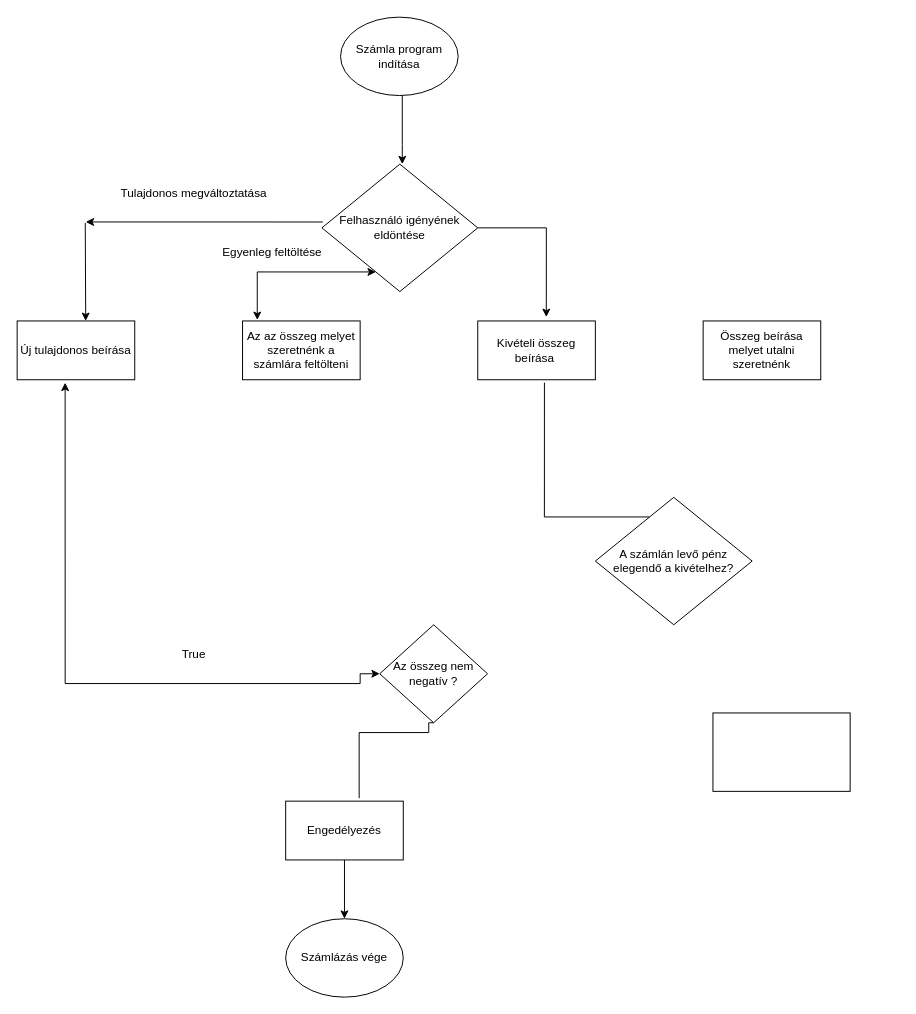
Before: Untitled Diagram.drawio in Emese2001/Beadando2021, a draw.io diagram. Source tidied: cells renumbered, new cells numbered last; positions are measured from the earlier drawing's top-left corner, leaving out a move shared by most shapes. Both pictures are drawn from the tidied source at 98%, with x=0, y=0 at pixel (17, 17).
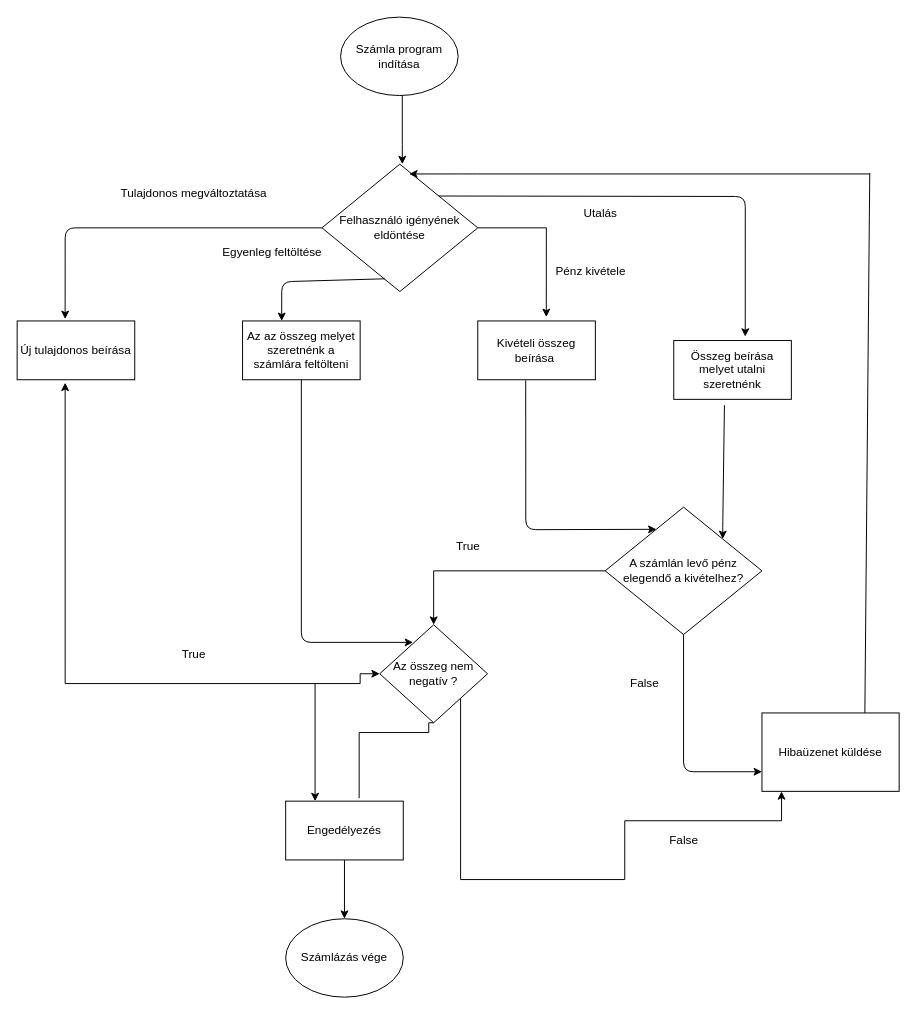
After the change.

Unchanged cells that the change refers to:
```xml
<mxCell id="4" value="Felhasználó igényének eldöntése" style="rhombus;whiteSpace=wrap;html=1;" parent="1" vertex="1">
  <mxGeometry x="311" y="150" width="159" height="130" as="geometry" />
</mxCell>
<mxCell id="5" value="Új tulajdonos beírása" style="rounded=0;whiteSpace=wrap;html=1;" parent="1" vertex="1">
  <mxGeometry y="310" width="120" height="60" as="geometry" />
</mxCell>
<mxCell id="6" value="Kivételi összeg beírása&amp;nbsp;" style="rounded=0;whiteSpace=wrap;html=1;" parent="1" vertex="1">
  <mxGeometry x="470" y="310" width="120" height="60" as="geometry" />
</mxCell>
<mxCell id="7" value="Az az összeg melyet szeretnénk a számlára feltölteni" style="rounded=0;whiteSpace=wrap;html=1;" parent="1" vertex="1">
  <mxGeometry x="230" y="310" width="120" height="60" as="geometry" />
</mxCell>
<mxCell id="11" value="Az összeg nem negatív ?" style="rhombus;whiteSpace=wrap;html=1;" parent="1" vertex="1">
  <mxGeometry x="370" y="620" width="110" height="100" as="geometry" />
</mxCell>
<mxCell id="12" value="Engedélyezés" style="rounded=0;whiteSpace=wrap;html=1;" parent="1" vertex="1">
  <mxGeometry x="274" y="800" width="120" height="60" as="geometry" />
</mxCell>
```

Change to the diagram source:
```diff
@@
     <mxCell id="8" value="Összeg beírása melyet utalni szeretnénk" style="rounded=0;whiteSpace=wrap;html=1;" parent="1" vertex="1">
-      <mxGeometry x="700" y="310" width="120" height="60" as="geometry" />
+      <mxGeometry x="670" y="330" width="120" height="60" as="geometry" />
     </mxCell>
+    <mxCell id="25" style="edgeStyle=orthogonalEdgeStyle;rounded=0;jettySize=auto;html=1;exitX=0;exitY=0.5;exitDx=0;exitDy=0;entryX=0.5;entryY=0;entryDx=0;entryDy=0;" parent="1" edge="1" source="9" target="11">
+      <mxGeometry relative="1" as="geometry" />
+    </mxCell>
     <mxCell id="9" value="A számlán levő pénz elegendő a kivételhez?" style="rhombus;whiteSpace=wrap;html=1;" parent="1" vertex="1">
-      <mxGeometry x="590" y="490" width="160" height="130" as="geometry" />
+      <mxGeometry x="600" y="500" width="160" height="130" as="geometry" />
     </mxCell>
-    <mxCell id="10" style="rounded=0;whiteSpace=wrap;html=1;" parent="1" vertex="1">
-      <mxGeometry x="710" y="710" width="140" height="80" as="geometry" />
+    <mxCell id="10" value="Hibaüzenet küldése" style="rounded=0;whiteSpace=wrap;html=1;" parent="1" vertex="1">
+      <mxGeometry x="760" y="710" width="140" height="80" as="geometry" />
     </mxCell>
+    <mxCell id="26" style="edgeStyle=orthogonalEdgeStyle;rounded=0;jettySize=auto;html=1;exitX=1;exitY=1;exitDx=0;exitDy=0;" parent="1" edge="1" source="11" target="10">
+      <mxGeometry relative="1" as="geometry">
+        <Array as="points">
+          <mxPoint x="453" y="880" />
+          <mxPoint x="620" y="880" />
+          <mxPoint x="620" y="820" />
+          <mxPoint x="780" y="820" />
+        </Array>
+      </mxGeometry>
+    </mxCell>
@@
-    <mxCell id="14" style="endArrow=classic;html=1;rounded=0;exitX=0.006;exitY=0.454;exitDx=0;exitDy=0;exitPerimeter=0;" parent="1" edge="1" source="4">
-      <mxGeometry relative="1" as="geometry">
-        <mxPoint x="70" y="209" as="targetPoint" />
-      </mxGeometry>
-    </mxCell>
-    <mxCell id="15" style="endArrow=classic;html=1;rounded=0;entryX=0.583;entryY=0;entryDx=0;entryDy=0;entryPerimeter=0;" parent="1" edge="1" target="5">
-      <mxGeometry relative="1" as="geometry">
-        <mxPoint x="69.5" y="210" as="sourcePoint" />
-      </mxGeometry>
-    </mxCell>
@@
-    <mxCell id="17" style="endArrow=classic;startArrow=classic;html=1;rounded=0;edgeStyle=orthogonalEdgeStyle;entryX=0.125;entryY=-0.017;entryDx=0;entryDy=0;entryPerimeter=0;" parent="1" edge="1" source="4" target="7">
-      <mxGeometry relative="1" as="geometry">
-        <Array as="points">
-          <mxPoint x="245" y="260" />
-        </Array>
-      </mxGeometry>
-    </mxCell>
@@
+    <mxCell id="27" style="endArrow=classic;html=1;exitX=1;exitY=0;exitDx=0;exitDy=0;entryX=0.608;entryY=-0.067;entryDx=0;entryDy=0;entryPerimeter=0;" parent="1" edge="1" source="4" target="8">
+      <mxGeometry relative="1" as="geometry">
+        <Array as="points">
+          <mxPoint x="743" y="183" />
+        </Array>
+      </mxGeometry>
+    </mxCell>
+    <mxCell id="28" value="Utalás" style="text;html=1;align=center;verticalAlign=middle;strokeColor=none;" parent="1" vertex="1">
+      <mxGeometry x="570" y="190" width="50" height="20" as="geometry" />
+    </mxCell>
+    <mxCell id="29" value="False" style="text;html=1;align=center;verticalAlign=middle;strokeColor=none;" parent="1" vertex="1">
+      <mxGeometry x="620" y="670" width="40" height="20" as="geometry" />
+    </mxCell>
+    <mxCell id="30" value="True" style="text;html=1;align=center;verticalAlign=middle;strokeColor=none;" parent="1" vertex="1">
+      <mxGeometry x="440" y="530" width="40" height="20" as="geometry" />
+    </mxCell>
+    <mxCell id="31" style="endArrow=classic;html=1;entryX=0.25;entryY=0;entryDx=0;entryDy=0;" parent="1" edge="1" target="12">
+      <mxGeometry relative="1" as="geometry">
+        <mxPoint x="304" y="680" as="sourcePoint" />
+      </mxGeometry>
+    </mxCell>
+    <mxCell id="32" value="False&lt;br&gt;" style="text;html=1;align=center;verticalAlign=middle;strokeColor=none;" parent="1" vertex="1">
+      <mxGeometry x="660" y="830" width="40" height="20" as="geometry" />
+    </mxCell>
+    <mxCell id="33" style="endArrow=classic;html=1;entryX=0.56;entryY=0.077;entryDx=0;entryDy=0;entryPerimeter=0;" parent="1" edge="1" target="4">
+      <mxGeometry relative="1" as="geometry">
+        <mxPoint x="870" y="160" as="sourcePoint" />
+        <Array as="points">
+          <mxPoint x="460" y="160" />
+        </Array>
+      </mxGeometry>
+    </mxCell>
+    <mxCell id="34" style="endArrow=none;html=1;exitX=0.75;exitY=0;exitDx=0;exitDy=0;" parent="1" edge="1" source="10">
+      <mxGeometry relative="1" as="geometry">
+        <mxPoint x="870" y="159" as="targetPoint" />
+      </mxGeometry>
+    </mxCell>
+    <mxCell id="35" value="Pénz kivétele" style="text;html=1;align=center;verticalAlign=middle;strokeColor=none;" parent="1" vertex="1">
+      <mxGeometry x="540" y="250" width="90" height="20" as="geometry" />
+    </mxCell>
-    <mxCell id="24" style="endArrow=none;html=1;rounded=0;edgeStyle=orthogonalEdgeStyle;exitX=0.567;exitY=1.05;exitDx=0;exitDy=0;exitPerimeter=0;" parent="1" edge="1" source="6" target="9">
+    <mxCell id="24" style="endArrow=classic;html=1;exitX=0.408;exitY=1.011;exitDx=0;exitDy=0;exitPerimeter=0;entryX=0.327;entryY=0.174;entryDx=0;entryDy=0;entryPerimeter=0;" parent="1" edge="1" source="6" target="9">
       <mxGeometry relative="1" as="geometry">
         <Array as="points">
-          <mxPoint x="538" y="510" />
+          <mxPoint x="519" y="523" />
         </Array>
       </mxGeometry>
     </mxCell>
+    <mxCell id="36" style="endArrow=classic;html=1;entryX=1;entryY=0;entryDx=0;entryDy=0;exitX=0.431;exitY=1.1;exitDx=0;exitDy=0;exitPerimeter=0;" parent="1" edge="1" source="8" target="9">
+      <mxGeometry relative="1" as="geometry">
+        <Array as="points">
+          <mxPoint x="720" y="520" />
+        </Array>
+      </mxGeometry>
+    </mxCell>
+    <mxCell id="17" style="endArrow=classic;html=1;exitX=0.403;exitY=0.9;exitDx=0;exitDy=0;exitPerimeter=0;entryX=0.333;entryY=0;entryDx=0;entryDy=0;entryPerimeter=0;" parent="1" edge="1" source="4" target="7">
+      <mxGeometry relative="1" as="geometry">
+        <Array as="points">
+          <mxPoint x="270" y="270" />
+        </Array>
+      </mxGeometry>
+    </mxCell>
+    <mxCell id="37" style="endArrow=classic;html=1;exitX=0;exitY=0.5;exitDx=0;exitDy=0;entryX=0.408;entryY=-0.033;entryDx=0;entryDy=0;entryPerimeter=0;" parent="1" edge="1" source="4" target="5">
+      <mxGeometry relative="1" as="geometry">
+        <Array as="points">
+          <mxPoint x="49" y="215" />
+        </Array>
+      </mxGeometry>
+    </mxCell>
+    <mxCell id="38" style="endArrow=classic;html=1;exitX=0.5;exitY=1;exitDx=0;exitDy=0;entryX=0.309;entryY=0.18;entryDx=0;entryDy=0;entryPerimeter=0;" parent="1" edge="1" source="7" target="11">
+      <mxGeometry relative="1" as="geometry">
+        <Array as="points">
+          <mxPoint x="290" y="638" />
+        </Array>
+      </mxGeometry>
+    </mxCell>
+    <mxCell id="39" style="endArrow=classic;html=1;exitX=0.5;exitY=1;exitDx=0;exitDy=0;entryX=0;entryY=0.75;entryDx=0;entryDy=0;" parent="1" edge="1" source="9" target="10">
+      <mxGeometry relative="1" as="geometry">
+        <Array as="points">
+          <mxPoint x="680" y="770" />
+        </Array>
+      </mxGeometry>
+    </mxCell>
```
